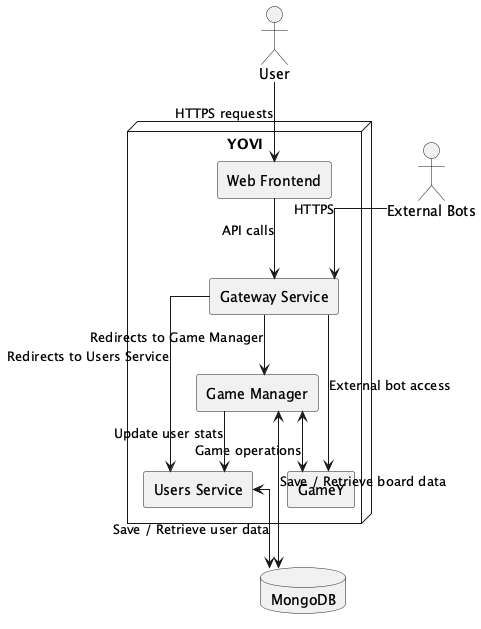
Arquisoft/yovi_en3a keeps this PlantUML diagram as images/Technical context.png. Above is the earlier version.
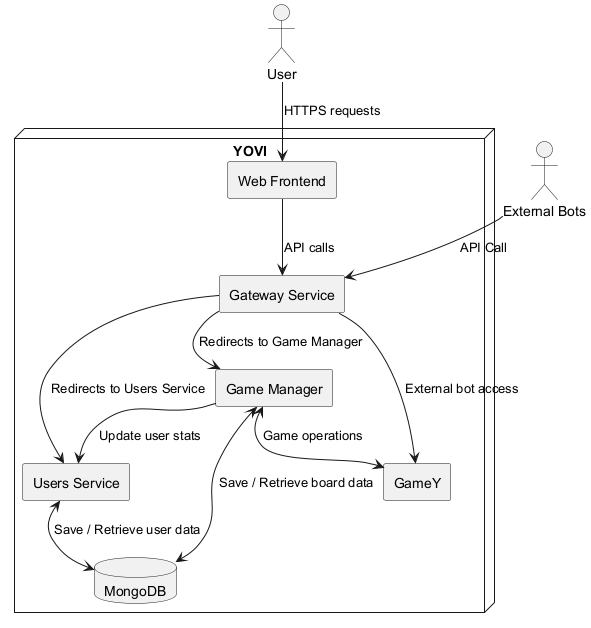
The same file after the commit.

Diff of the diagram source:
```diff
@@ -3,7 +3,6 @@
 
 actor User
 actor "External Bots" as Bots
-database "MongoDB" as DB
 
 node "YOVI" {
     rectangle "Web Frontend" as Frontend
@@ -11,6 +10,7 @@
     rectangle "Users Service" as Service
     rectangle "Game Manager" as Manager
     rectangle "GameY" as Game
+    database "MongoDB" as DB
 }
 
 User --> Frontend : HTTPS requests
@@ -18,7 +18,7 @@
 Gateway --> Service : Redirects to Users Service
 Gateway --> Manager : Redirects to Game Manager
 Gateway --> Game : External bot access
-Bots --> Gateway : HTTPS
+Bots --> Gateway : API Call
 Service <--> DB : Save / Retrieve user data
 Manager <--> DB : Save / Retrieve board data
 Manager <--> Game : Game operations
```
